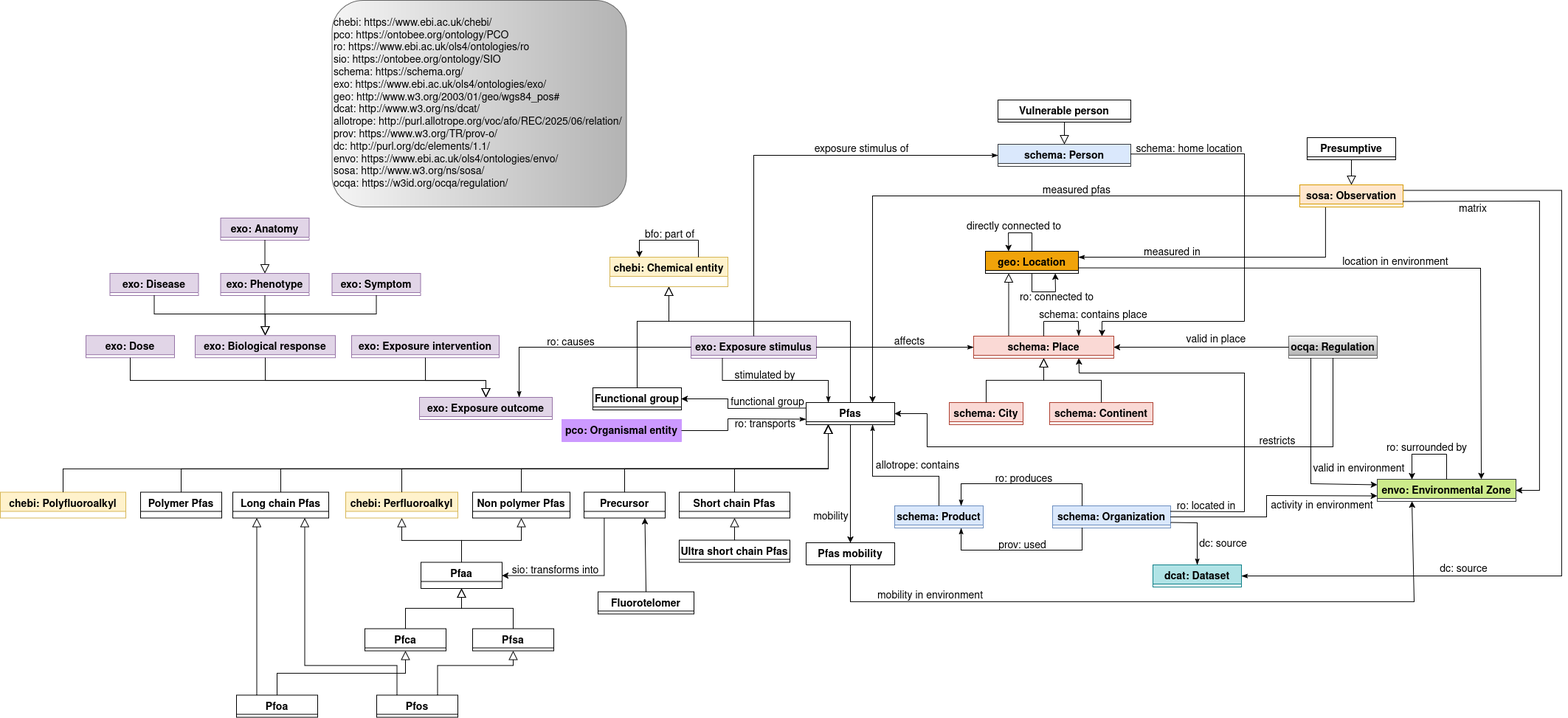
Above: ontology/schemas/schema.png in davide1797/OntoPFAS (draw.io), before the change. Source tidied: cells renumbered, new cells last; positions are measured from the earlier drawing's top-left corner, leaving out a move shared by most shapes.
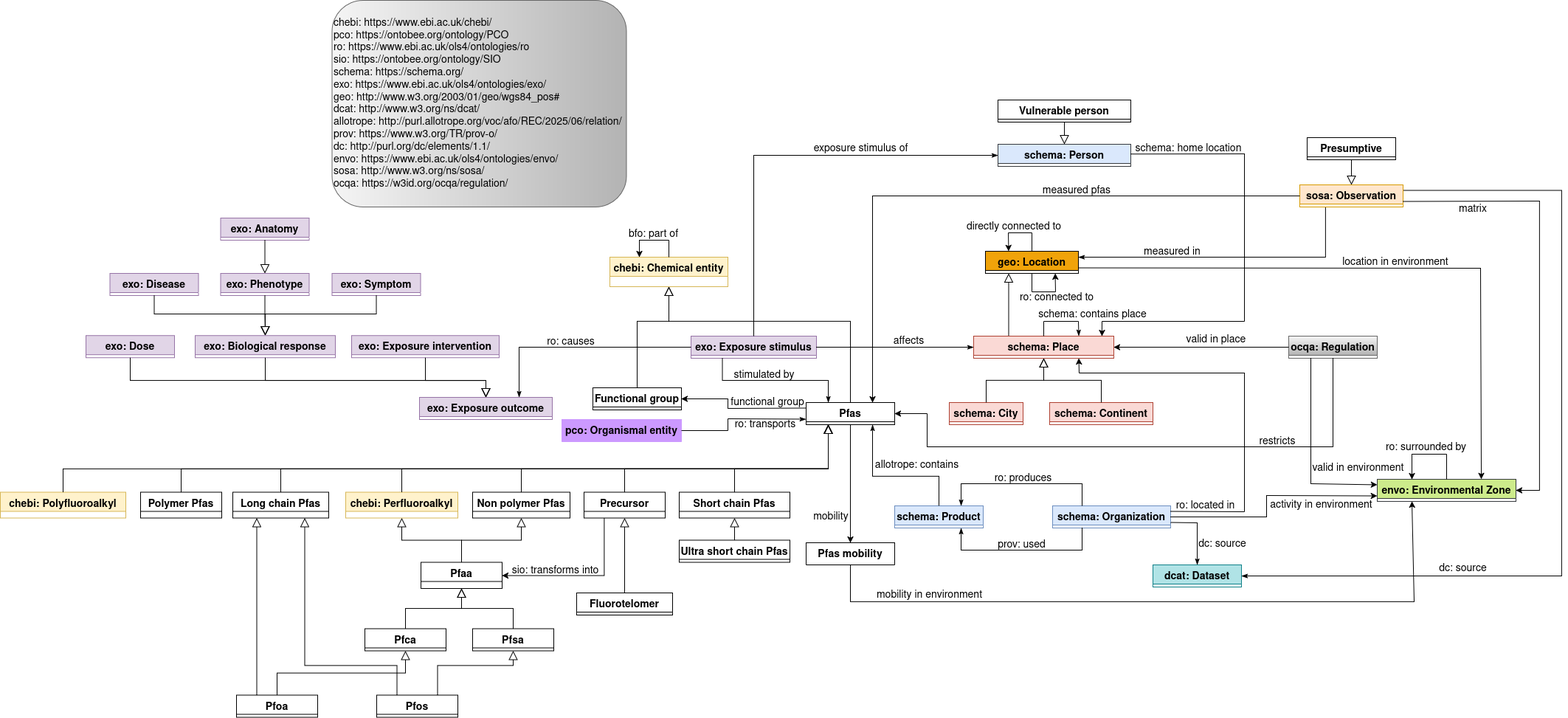
The same file after the commit.

Change to the diagram source:
```diff
@@ -424,7 +424,7 @@
     </mxCell>
     <mxCell id="89" style="endArrow=classic;shadow=0;strokeWidth=1;rounded=0;curved=0;endFill=1;edgeStyle=elbowEdgeStyle;elbow=vertical;entryX=0.25;entryY=0;entryDx=0;entryDy=0;" parent="1" edge="1" target="88">
       <mxGeometry x="0.5" y="41" relative="1" as="geometry">
-        <mxPoint x="946" y="325" as="sourcePoint" />
+        <mxPoint x="906" y="325" as="sourcePoint" />
         <Array as="points">
           <mxPoint x="866" y="325" />
         </Array>
@@ -433,12 +433,12 @@
     </mxCell>
     <mxCell id="90" value="bfo: part of" style="text;html=1;align=center;verticalAlign=middle;labelBackgroundColor=none;rounded=0;shadow=0;strokeWidth=1;fontSize=14;" parent="89" vertex="1">
       <mxGeometry x="0.5" y="49" relative="1" as="geometry">
-        <mxPoint x="37" y="-57" as="offset" />
+        <mxPoint x="-30" y="-16" as="offset" />
       </mxGeometry>
     </mxCell>
-    <mxCell id="91" style="endArrow=none;html=1;rounded=0;exitX=0.75;exitY=0;exitDx=0;exitDy=0;" parent="1" edge="1" source="88">
+    <mxCell id="91" style="endArrow=none;html=1;rounded=0;exitX=0.5;exitY=0;exitDx=0;exitDy=0;" parent="1" edge="1" source="88">
       <mxGeometry relative="1" as="geometry">
-        <mxPoint x="946" y="325" as="targetPoint" />
+        <mxPoint x="906" y="325" as="targetPoint" />
       </mxGeometry>
     </mxCell>
     <mxCell id="92" value="Functional group" style="swimlane;fontStyle=1;align=center;verticalAlign=top;horizontal=1;startSize=26;rounded=0;shadow=0;strokeWidth=1;fontSize=14;" parent="1" vertex="1">
@@ -558,11 +558,8 @@
       </mxGeometry>
     </mxCell>
     <mxCell id="121" value="Fluorotelomer" style="swimlane;fontStyle=1;align=center;verticalAlign=top;horizontal=1;startSize=26;rounded=0;shadow=0;strokeWidth=1;fontSize=14;" parent="1" vertex="1">
-      <mxGeometry x="810" y="801.5" width="130" height="30" as="geometry" />
+      <mxGeometry x="781" y="803" width="130" height="30" as="geometry" />
     </mxCell>
-    <mxCell id="122" style="endArrow=classic;html=1;rounded=0;entryX=0.75;entryY=1;entryDx=0;entryDy=0;exitX=0.5;exitY=0;exitDx=0;exitDy=0;spacing=2;" parent="1" edge="1" source="121" target="98">
-      <mxGeometry relative="1" as="geometry" />
-    </mxCell>
     <mxCell id="123" style="endArrow=block;endSize=10;endFill=0;shadow=0;strokeWidth=1;rounded=0;curved=0;edgeStyle=elbowEdgeStyle;elbow=vertical;entryX=0.25;entryY=1;entryDx=0;entryDy=0;exitX=0.5;exitY=0;exitDx=0;exitDy=0;" parent="1" edge="1" source="97" target="34">
       <mxGeometry relative="1" as="geometry">
         <Array as="points">
@@ -721,5 +718,12 @@
     <mxCell id="150" value="&lt;div align=&quot;left&quot;&gt;&lt;font style=&quot;font-size: 14px;&quot;&gt;chebi: https://www.ebi.ac.uk/chebi/&amp;nbsp;&lt;br&gt;pco: https://ontobee.org/ontology/PCO&lt;br&gt;ro: https://www.ebi.ac.uk/ols4/ontologies/ro&lt;br&gt;sio: https://ontobee.org/ontology/SIO&lt;/font&gt;&lt;div align=&quot;left&quot;&gt;&lt;font style=&quot;font-size: 14px;&quot;&gt;schema: https://schema.org/&lt;/font&gt;&lt;br&gt;&lt;font style=&quot;font-size: 14px;&quot;&gt;exo: https://www.ebi.ac.uk/ols4/ontologies/exo/&lt;/font&gt;&lt;/div&gt;&lt;div align=&quot;left&quot;&gt;&lt;font style=&quot;font-size: 14px;&quot;&gt;geo: http://www.w3.org/2003/01/geo/wgs84_pos#&lt;/font&gt;&lt;br&gt;&lt;font style=&quot;font-size: 14px;&quot;&gt;dcat: http://www.w3.org/ns/dcat/&lt;/font&gt;&lt;br&gt;&lt;font style=&quot;font-size: 14px;&quot;&gt;allotrope: http://purl.allotrope.org/voc/afo/REC/2025/06/relation/&lt;/font&gt;&lt;br&gt;&lt;font style=&quot;font-size: 14px;&quot;&gt;prov: https://www.w3.org/TR/prov-o/&lt;/font&gt;&lt;/div&gt;&lt;div align=&quot;left&quot;&gt;&lt;font style=&quot;font-size: 14px;&quot;&gt;dc: http://purl.org/dc/elements/1.1/&lt;/font&gt;&lt;br&gt;&lt;div align=&quot;left&quot;&gt;&lt;font style=&quot;font-size: 14px;&quot;&gt;envo: https://www.ebi.ac.uk/ols4/ontologies/envo/&lt;br&gt;sosa: http://www.w3.org/ns/sosa/&lt;br&gt;ocqa: https://w3id.org/ocqa/regulation/&lt;/font&gt;&lt;/div&gt;&lt;/div&gt;&lt;/div&gt;" style="rounded=1;whiteSpace=wrap;html=1;align=left;fillColor=#f5f5f5;strokeColor=#666666;gradientColor=#b3b3b3;gradientDirection=east;" parent="1" vertex="1">
       <mxGeometry x="449.5" width="399" height="280" as="geometry" />
     </mxCell>
+    <mxCell id="122" style="endArrow=block;endSize=10;endFill=0;shadow=0;strokeWidth=1;rounded=0;curved=0;edgeStyle=elbowEdgeStyle;elbow=vertical;entryX=0.5;entryY=1;entryDx=0;entryDy=0;exitX=0.5;exitY=0;exitDx=0;exitDy=0;" parent="1" edge="1" source="121" target="98">
+      <mxGeometry relative="1" as="geometry">
+        <Array as="points">
+          <mxPoint x="886.7" y="784" />
+        </Array>
+      </mxGeometry>
+    </mxCell>
   </root>
 </mxGraphModel>
```
